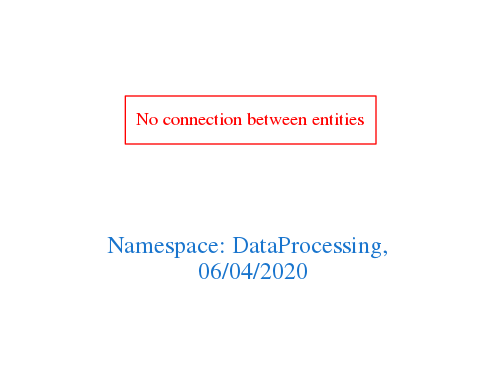
Before: downloads/DataProcessing.png, a diagram exported from Graphviz (arago/OGIT). Its source is kept beside it as downloads/DataProcessing.dot.
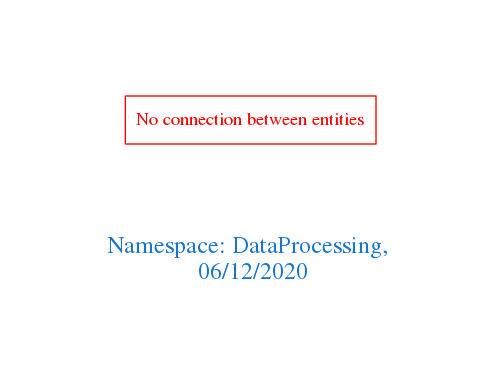
After the commit.

Change to the diagram source:
```diff
@@ -1,7 +1,7 @@
 digraph OGIT_ontology {
  graph [ rankdir= LR,pad=1
 fontsize = 18,
-fontcolor= dodgerblue3,label = "\n\n\nNamespace: DataProcessing, \n 06/04/2020"];
+fontcolor= dodgerblue3,label = "\n\n\nNamespace: DataProcessing, \n 06/12/2020"];
 node[shape=polygon];
 edge [  color="gray81"];
 
```
